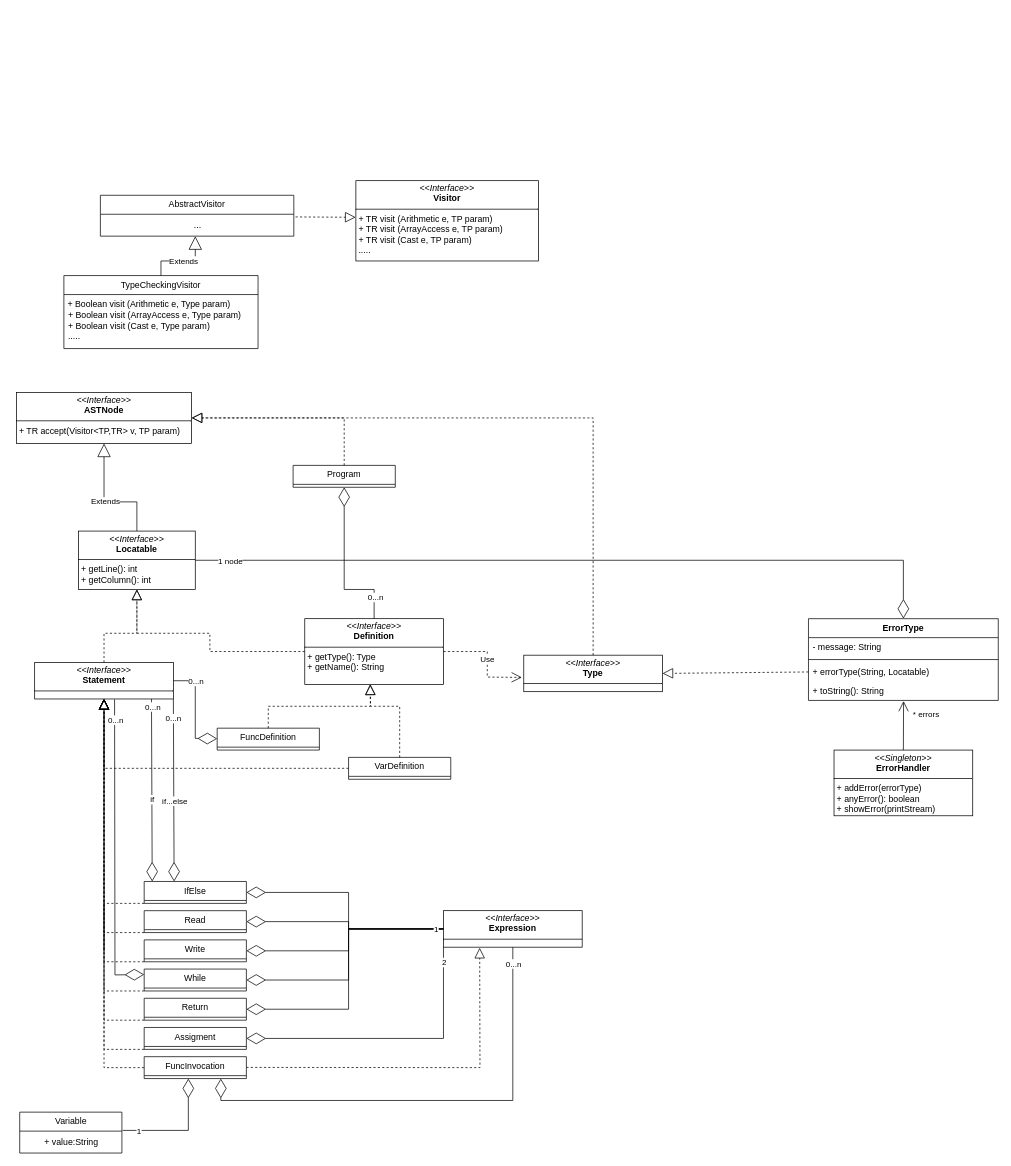
This is uml/Statements.drawio from MGP-71/DLP_UO277574_2024-25, a draw.io file, before an edit. Source tidied: cells renumbered, new cells numbered last; positions are measured from the earlier drawing's top-left corner, leaving out a move shared by most shapes. Both pictures are drawn from the tidied source at 73%, with x=0, y=0 at pixel (16, 180).
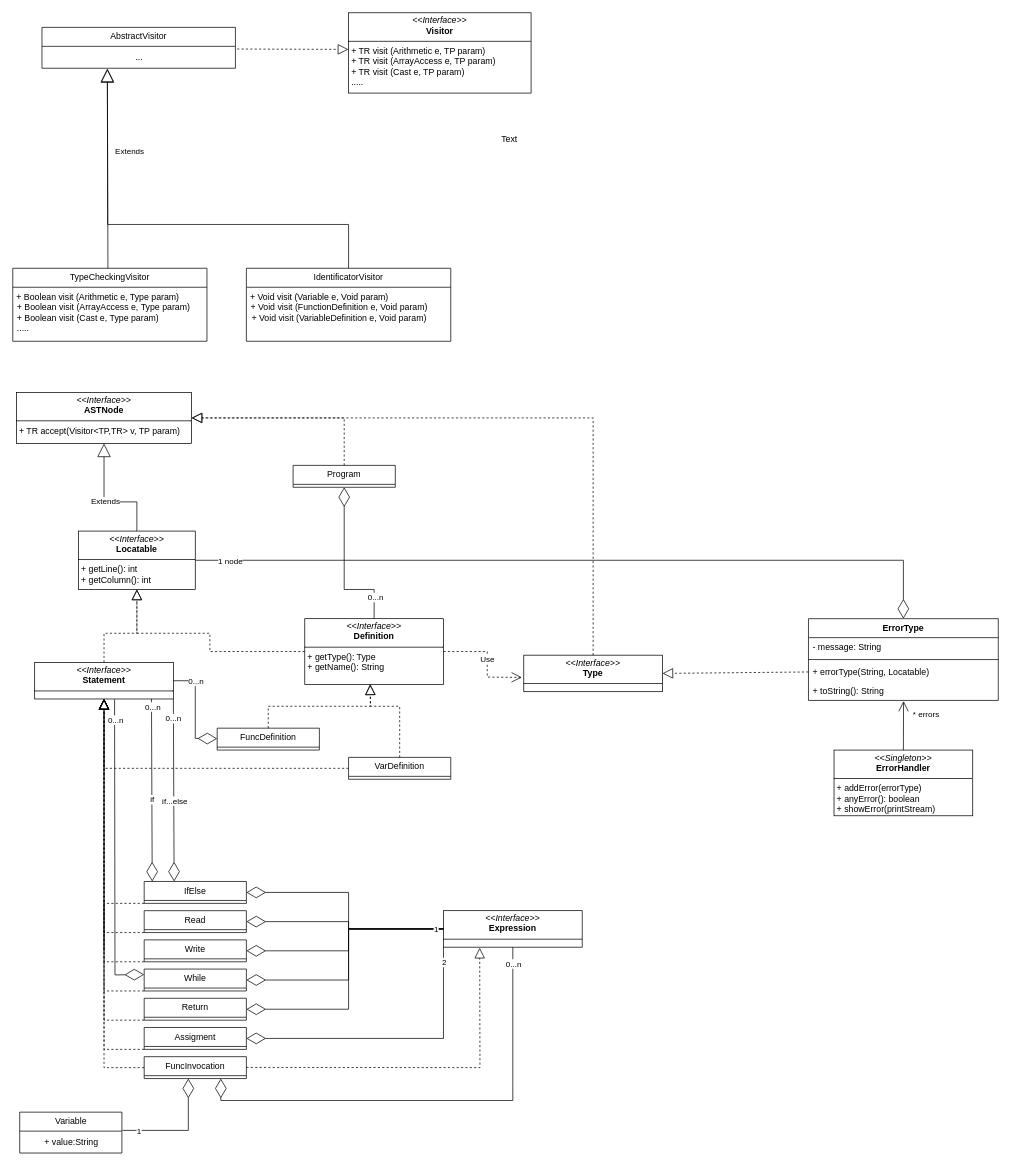
The same page after the edit.

The change refers to these unchanged cells:
```xml
<mxCell id="76" value="..." style="text;html=1;align=center;verticalAlign=middle;points=[];strokeColor=none;fillColor=none;" parent="75" vertex="1">
  <mxGeometry y="26" width="265" height="30" as="geometry" />
</mxCell>
```

Diff of the diagram source:
```diff
@@
     <mxCell id="73" value="&lt;p style=&quot;margin:0px;margin-top:4px;text-align:center;&quot;&gt;&lt;i&gt;&amp;lt;&amp;lt;Interface&amp;gt;&amp;gt;&lt;/i&gt;&lt;br&gt;&lt;b&gt;Visitor&lt;/b&gt;&lt;/p&gt;&lt;hr size=&quot;1&quot; style=&quot;border-style:solid;&quot;&gt;&lt;p style=&quot;margin:0px;margin-left:4px;&quot;&gt;+ TR visit (Arithmetic e, TP param&lt;span style=&quot;background-color: transparent; color: light-dark(rgb(0, 0, 0), rgb(255, 255, 255));&quot;&gt;)&lt;/span&gt;&lt;/p&gt;&lt;p style=&quot;margin:0px;margin-left:4px;&quot;&gt;+ TR visit (ArrayAccess e, TP param&lt;span style=&quot;color: light-dark(rgb(0, 0, 0), rgb(255, 255, 255)); background-color: transparent;&quot;&gt;)&lt;/span&gt;&lt;span style=&quot;background-color: transparent; color: light-dark(rgb(0, 0, 0), rgb(255, 255, 255));&quot;&gt;&lt;/span&gt;&lt;/p&gt;&lt;p style=&quot;margin:0px;margin-left:4px;&quot;&gt;+ TR visit (Cast e, TP param&lt;span style=&quot;color: light-dark(rgb(0, 0, 0), rgb(255, 255, 255)); background-color: transparent;&quot;&gt;)&lt;/span&gt;&lt;/p&gt;&lt;p style=&quot;margin:0px;margin-left:4px;&quot;&gt;&lt;span style=&quot;color: light-dark(rgb(0, 0, 0), rgb(255, 255, 255)); background-color: transparent;&quot;&gt;.....&lt;/span&gt;&lt;/p&gt;" style="verticalAlign=top;align=left;overflow=fill;html=1;whiteSpace=wrap;" parent="1" vertex="1">
-      <mxGeometry x="465" width="250" height="110" as="geometry" />
+      <mxGeometry x="455" y="-230" width="250" height="110" as="geometry" />
     </mxCell>
@@
     <mxCell id="75" value="AbstractVisitor" style="swimlane;fontStyle=0;horizontal=1;startSize=26;fillColor=none;whiteSpace=wrap;html=1;" parent="1" vertex="1">
-      <mxGeometry x="115" y="20" width="265" height="56" as="geometry" />
+      <mxGeometry x="35" y="-210" width="265" height="56" as="geometry" />
     </mxCell>
@@
     <mxCell id="77" value="TypeCheckingVisitor" style="swimlane;fontStyle=0;horizontal=1;startSize=26;fillColor=none;whiteSpace=wrap;html=1;" parent="1" vertex="1">
-      <mxGeometry x="65" y="130" width="266" height="100" as="geometry" />
+      <mxGeometry x="-5" y="120" width="266" height="100" as="geometry" />
     </mxCell>
@@
-    <mxCell id="79" value="Extends" style="endArrow=block;endSize=16;endFill=0;html=1;rounded=0;entryX=0.5;entryY=1;entryDx=0;entryDy=0;exitX=0.5;exitY=0;exitDx=0;exitDy=0;" parent="1" edge="1" source="77">
-      <mxGeometry relative="1" as="geometry">
-        <mxPoint x="245" y="76" as="targetPoint" />
-        <Array as="points">
-          <mxPoint x="198" y="110" />
-          <mxPoint x="245" y="110" />
-        </Array>
-      </mxGeometry>
+    <mxCell id="79" value="Extends" style="endArrow=block;endSize=16;endFill=0;html=1;rounded=0;entryX=0.338;entryY=1.047;entryDx=0;entryDy=0;exitX=0.49;exitY=0.002;exitDx=0;exitDy=0;entryPerimeter=0;exitPerimeter=0;" parent="1" edge="1" source="77" target="76">
+      <mxGeometry x="0.17" y="-30" relative="1" as="geometry" />
     </mxCell>
+    <mxCell id="80" value="IdentificatorVisitor" style="swimlane;fontStyle=0;horizontal=1;startSize=26;fillColor=none;whiteSpace=wrap;html=1;" parent="1" vertex="1">
+      <mxGeometry x="315" y="120" width="280" height="100" as="geometry" />
+    </mxCell>
+    <mxCell id="81" value="&lt;span style=&quot;color: rgb(0, 0, 0); font-family: Helvetica; font-size: 12px; font-style: normal; font-variant-ligatures: normal; font-variant-caps: normal; font-weight: 400; letter-spacing: normal; orphans: 2; text-align: center; text-indent: 0px; text-transform: none; widows: 2; word-spacing: 0px; -webkit-text-stroke-width: 0px; white-space: nowrap; background-color: rgb(251, 251, 251); text-decoration-thickness: initial; text-decoration-style: initial; text-decoration-color: initial; float: none; display: inline !important;&quot;&gt;&amp;nbsp;+ Void visit (Variable e, Void param&lt;/span&gt;&lt;span style=&quot;forced-color-adjust: none; color: light-dark(rgb(0, 0, 0), rgb(255, 255, 255)); font-family: Helvetica; font-size: 12px; font-style: normal; font-variant-ligatures: normal; font-variant-caps: normal; font-weight: 400; letter-spacing: normal; orphans: 2; text-align: center; text-indent: 0px; text-transform: none; widows: 2; word-spacing: 0px; -webkit-text-stroke-width: 0px; white-space: nowrap; background-color: transparent; text-decoration-thickness: initial; text-decoration-style: initial; text-decoration-color: initial;&quot;&gt;)&lt;/span&gt;&lt;div&gt;&lt;span style=&quot;forced-color-adjust: none; color: light-dark(rgb(0, 0, 0), rgb(255, 255, 255)); font-family: Helvetica; font-size: 12px; font-style: normal; font-variant-ligatures: normal; font-variant-caps: normal; font-weight: 400; letter-spacing: normal; orphans: 2; text-align: center; text-indent: 0px; text-transform: none; widows: 2; word-spacing: 0px; -webkit-text-stroke-width: 0px; white-space-collapse: collapse; background-color: transparent; text-decoration-thickness: initial; text-decoration-style: initial; text-decoration-color: initial;&quot;&gt;&lt;p style=&quot;text-wrap-mode: wrap; text-align: left; margin: 0px 0px 0px 4px;&quot;&gt;+ Void&lt;span style=&quot;text-align: center; text-wrap-mode: nowrap;&quot;&gt;&amp;nbsp;&lt;/span&gt;visit (FunctionDefinition e, Void&lt;span style=&quot;text-align: center; text-wrap-mode: nowrap;&quot;&gt;&amp;nbsp;&lt;/span&gt;param&lt;span style=&quot;color: light-dark(rgb(0, 0, 0), rgb(255, 255, 255)); background-color: transparent;&quot;&gt;)&lt;/span&gt;&lt;span style=&quot;background-color: transparent; color: light-dark(rgb(0, 0, 0), rgb(255, 255, 255));&quot;&gt;&lt;/span&gt;&lt;/p&gt;&lt;p style=&quot;text-align: center; margin: 0px 0px 0px 4px;&quot;&gt;&lt;span style=&quot;text-wrap-mode: wrap;&quot;&gt;+ &lt;/span&gt;&lt;span style=&quot;text-wrap-mode: nowrap;&quot;&gt;Void&amp;nbsp;&lt;/span&gt;visit (VariableDefinition e, Void&lt;span style=&quot;text-wrap-mode: nowrap; text-align: center;&quot;&gt;&amp;nbsp;&lt;/span&gt;param&lt;span style=&quot;text-wrap-mode: wrap; color: light-dark(rgb(0, 0, 0), rgb(255, 255, 255)); background-color: transparent;&quot;&gt;)&lt;/span&gt;&lt;/p&gt;&lt;/span&gt;&lt;/div&gt;" style="text;whiteSpace=wrap;html=1;" parent="80" vertex="1">
+      <mxGeometry y="26" width="280" height="74" as="geometry" />
+    </mxCell>
+    <mxCell id="82" style="endArrow=block;endSize=16;endFill=0;html=1;rounded=0;entryX=0.338;entryY=1.007;entryDx=0;entryDy=0;exitX=0.5;exitY=0;exitDx=0;exitDy=0;entryPerimeter=0;" parent="1" edge="1" source="80" target="76">
+      <mxGeometry relative="1" as="geometry">
+        <Array as="points">
+          <mxPoint x="455" y="60" />
+          <mxPoint x="125" y="60" />
+        </Array>
+      </mxGeometry>
+    </mxCell>
+    <mxCell id="83" value="Text" style="text;html=1;align=center;verticalAlign=middle;strokeColor=none;fillColor=none;" parent="1" vertex="1">
+      <mxGeometry x="650" y="-72" width="50" height="30" as="geometry" />
+    </mxCell>
```
